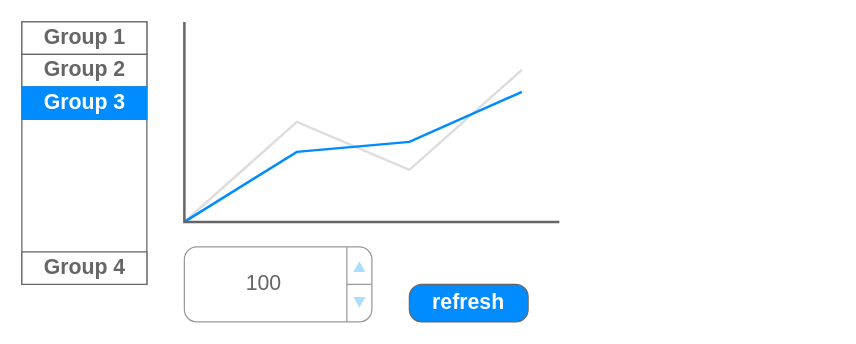
The draw.io diagram Kamado ui m.drawio in bouhady/diagrams, before the edit. Source tidied: cells renumbered, new cells numbered last; positions are measured from the earlier drawing's top-left corner, leaving out a move shared by most shapes. Both pictures are drawn from the tidied source at 125%, with x=0, y=0 at pixel (21, 21).
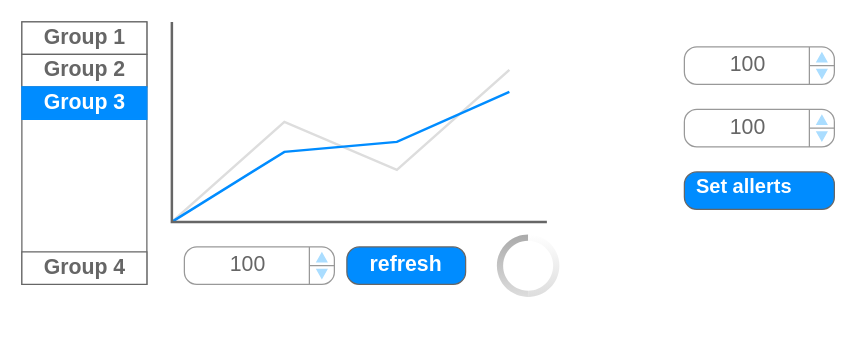
After the change.

Diff of the diagram source:
```diff
@@
 <mxGraphModel>
   <root>
     <mxCell id="0" />
     <mxCell id="1" parent="0" />
     <mxCell id="2" value="refresh" style="strokeWidth=1;shadow=0;dashed=0;align=center;html=1;shape=mxgraph.mockup.buttons.button;strokeColor=#666666;fontColor=#ffffff;mainText=;buttonStyle=round;fontSize=17;fontStyle=1;fillColor=#008cff;whiteSpace=wrap;" parent="1" vertex="1">
-      <mxGeometry x="310" y="210" width="95" height="30" as="geometry" />
+      <mxGeometry x="260" y="180" width="95" height="30" as="geometry" />
     </mxCell>
     <mxCell id="3" style="verticalLabelPosition=bottom;shadow=0;dashed=0;align=center;html=1;verticalAlign=top;strokeWidth=1;shape=mxgraph.mockup.graphics.lineChart;strokeColor=none;strokeColor2=#666666;strokeColor3=#008cff;strokeColor4=#dddddd;" parent="1" vertex="1">
-      <mxGeometry x="130" width="300" height="160" as="geometry" />
+      <mxGeometry x="120" width="300" height="160" as="geometry" />
     </mxCell>
     <mxCell id="4" value="&lt;table cellpadding=&quot;0&quot; cellspacing=&quot;0&quot; style=&quot;width:100%;height:100%;&quot;&gt;&lt;tr&gt;&lt;td style=&quot;width:85%&quot;&gt;100&lt;/td&gt;&lt;td style=&quot;width:15%&quot;&gt;&lt;/td&gt;&lt;/tr&gt;&lt;/table&gt;" style="strokeWidth=1;shadow=0;dashed=0;align=center;html=1;shape=mxgraph.mockup.forms.spinner;strokeColor=#999999;spinLayout=right;spinStyle=normal;adjStyle=triangle;fillColor=#aaddff;fontSize=17;fontColor=#666666;mainText=;html=1;overflow=fill;" parent="1" vertex="1">
-      <mxGeometry x="130" y="180" width="150" height="60" as="geometry" />
+      <mxGeometry x="130" y="180" width="120" height="30" as="geometry" />
     </mxCell>
     <mxCell id="5" style="strokeWidth=1;shadow=0;dashed=0;align=center;html=1;shape=mxgraph.mockup.containers.rrect;rSize=0;strokeColor=#666666;" parent="1" vertex="1">
       <mxGeometry width="100" height="210" as="geometry" />
     </mxCell>
     <mxCell id="6" value="Group 1" style="strokeColor=inherit;fillColor=inherit;gradientColor=inherit;strokeWidth=1;shadow=0;dashed=0;align=center;html=1;shape=mxgraph.mockup.containers.rrect;rSize=0;fontSize=17;fontColor=#666666;fontStyle=1;" parent="5" vertex="1">
       <mxGeometry width="100" height="26" relative="1" as="geometry" />
     </mxCell>
     <mxCell id="7" value="Group 2" style="strokeColor=inherit;fillColor=inherit;gradientColor=inherit;strokeWidth=1;shadow=0;dashed=0;align=center;html=1;shape=mxgraph.mockup.containers.rrect;rSize=0;fontSize=17;fontColor=#666666;fontStyle=1;" parent="5" vertex="1">
       <mxGeometry width="100" height="26" relative="1" as="geometry">
         <mxPoint y="26" as="offset" />
       </mxGeometry>
     </mxCell>
     <mxCell id="8" value="Group 3" style="strokeWidth=1;shadow=0;dashed=0;align=center;html=1;shape=mxgraph.mockup.containers.rrect;rSize=0;fontSize=17;fontColor=#ffffff;fontStyle=1;fillColor=#008cff;strokeColor=#008cff;" parent="5" vertex="1">
       <mxGeometry width="100" height="26" relative="1" as="geometry">
         <mxPoint y="52" as="offset" />
       </mxGeometry>
     </mxCell>
     <mxCell id="9" value="Group 4" style="strokeColor=inherit;fillColor=inherit;gradientColor=inherit;strokeWidth=1;shadow=0;dashed=0;align=center;html=1;shape=mxgraph.mockup.containers.rrect;rSize=0;fontSize=17;fontColor=#666666;fontStyle=1;" parent="5" vertex="1">
       <mxGeometry y="1" width="100" height="26" relative="1" as="geometry">
         <mxPoint y="-26" as="offset" />
       </mxGeometry>
     </mxCell>
+    <mxCell id="10" style="verticalLabelPosition=bottom;verticalAlign=top;html=1;shadow=0;dashed=0;strokeWidth=1;shape=mxgraph.android.indeterminateSpinner;" parent="1" vertex="1">
+      <mxGeometry x="380" y="170" width="50" height="50" as="geometry" />
+    </mxCell>
+    <mxCell id="11" value="&lt;table cellpadding=&quot;0&quot; cellspacing=&quot;0&quot; style=&quot;width:100%;height:100%;&quot;&gt;&lt;tr&gt;&lt;td style=&quot;width:85%&quot;&gt;100&lt;/td&gt;&lt;td style=&quot;width:15%&quot;&gt;&lt;/td&gt;&lt;/tr&gt;&lt;/table&gt;" style="strokeWidth=1;shadow=0;dashed=0;align=center;html=1;shape=mxgraph.mockup.forms.spinner;strokeColor=#999999;spinLayout=right;spinStyle=normal;adjStyle=triangle;fillColor=#aaddff;fontSize=17;fontColor=#666666;mainText=;html=1;overflow=fill;" parent="1" vertex="1">
+      <mxGeometry x="530" y="20" width="120" height="30" as="geometry" />
+    </mxCell>
+    <mxCell id="12" value="&lt;table cellpadding=&quot;0&quot; cellspacing=&quot;0&quot; style=&quot;width:100%;height:100%;&quot;&gt;&lt;tr&gt;&lt;td style=&quot;width:85%&quot;&gt;100&lt;/td&gt;&lt;td style=&quot;width:15%&quot;&gt;&lt;/td&gt;&lt;/tr&gt;&lt;/table&gt;" style="strokeWidth=1;shadow=0;dashed=0;align=center;html=1;shape=mxgraph.mockup.forms.spinner;strokeColor=#999999;spinLayout=right;spinStyle=normal;adjStyle=triangle;fillColor=#aaddff;fontSize=17;fontColor=#666666;mainText=;html=1;overflow=fill;" parent="1" vertex="1">
+      <mxGeometry x="530" y="70" width="120" height="30" as="geometry" />
+    </mxCell>
+    <mxCell id="13" style="strokeWidth=1;shadow=0;dashed=0;align=center;html=1;shape=mxgraph.mockup.buttons.multiButton;fillColor=#008cff;strokeColor=#666666;mainText=;subText=;" parent="1" vertex="1">
+      <mxGeometry x="530" y="120" width="120" height="30" as="geometry" />
+    </mxCell>
+    <mxCell id="14" value="Set allerts" style="strokeWidth=1;shadow=0;dashed=0;align=center;html=1;shape=mxgraph.mockup.anchor;fontSize=16;fontColor=#ffffff;fontStyle=1;whiteSpace=wrap;" parent="13" vertex="1">
+      <mxGeometry y="4.8" width="96" height="12" as="geometry" />
+    </mxCell>
+    <mxCell id="15" style="strokeWidth=1;shadow=0;dashed=0;align=center;html=1;shape=mxgraph.mockup.anchor;fontSize=12;fontColor=#ffffff;fontStyle=1;whiteSpace=wrap;" parent="13" vertex="1">
+      <mxGeometry y="18" width="120" height="6" as="geometry" />
+    </mxCell>
   </root>
 </mxGraphModel>
```
